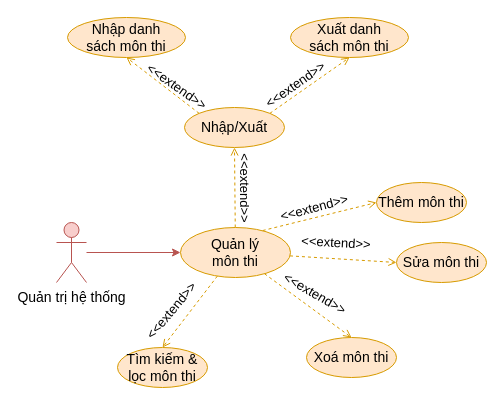
copecute/Edudex-Quiz keeps this draw.io diagram as document/temp/draw/usecase_phanra/usecase_monthi.drawio. Above is the earlier version. Source tidied: cells renumbered, new cells numbered last; positions are measured from the earlier drawing's top-left corner, leaving out a move shared by most shapes. Both pictures are drawn from the tidied source at 100%, with x=0, y=0 at pixel (56, 17).
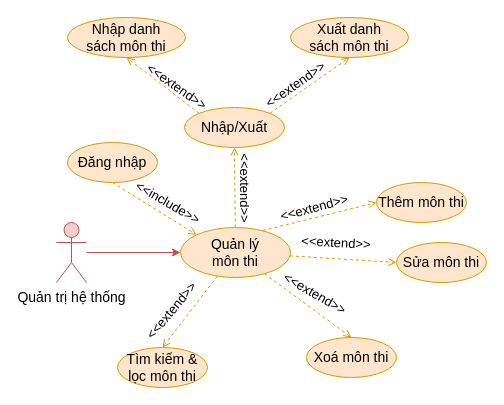
After the change.

Unchanged cells that the change refers to:
```xml
<mxCell id="6" value="Quản lý&lt;br style=&quot;font-size: 14px;&quot;&gt;môn thi" style="ellipse;whiteSpace=wrap;html=1;fillColor=#ffe6cc;strokeColor=#d79b00;fontSize=14;" parent="1" vertex="1">
  <mxGeometry x="124" y="210" width="110" height="50" as="geometry" />
</mxCell>
```

Diff of the diagram source:
```diff
@@
+    <mxCell id="26" style="rounded=0;jettySize=auto;html=1;exitX=0.5;exitY=1;exitDx=0;exitDy=0;entryX=0;entryY=0;entryDx=0;entryDy=0;fillColor=#ffe6cc;strokeColor=#d79b00;endArrow=open;endFill=0;dashed=1;" parent="1" edge="1" source="27" target="6">
+      <mxGeometry relative="1" as="geometry" />
+    </mxCell>
+    <mxCell id="27" value="Đăng nhập" style="ellipse;whiteSpace=wrap;html=1;fillColor=#ffe6cc;strokeColor=#d79b00;fontSize=14;" parent="1" vertex="1">
+      <mxGeometry x="11" y="125" width="90" height="40" as="geometry" />
+    </mxCell>
+    <mxCell id="28" value="&lt;font style=&quot;font-size: 13px;&quot;&gt;&amp;lt;&amp;lt;include&amp;gt;&amp;gt;&lt;/font&gt;" style="text;html=1;strokeColor=none;fillColor=none;align=center;verticalAlign=middle;whiteSpace=wrap;rounded=0;rotation=30;fontSize=13;" parent="1" vertex="1">
+      <mxGeometry x="82" y="170" width="60" height="30" as="geometry" />
+    </mxCell>
```
